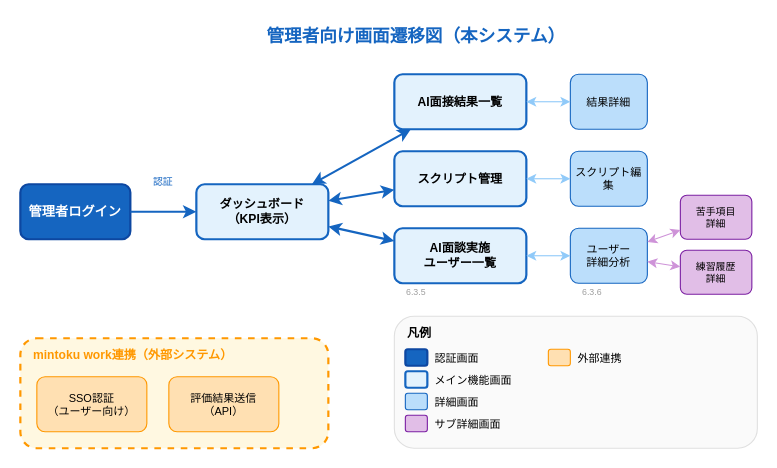
Earlier version of the draw.io diagram docs/images/画面遷移図_管理者向け.drawio (yoshidasendai115/ai-interview). Source tidied: cells renumbered, new cells numbered last; positions are measured from the earlier drawing's top-left corner, leaving out a move shared by most shapes. Both pictures are drawn from the tidied source at 110%, with x=0, y=0 at pixel (20, 19).
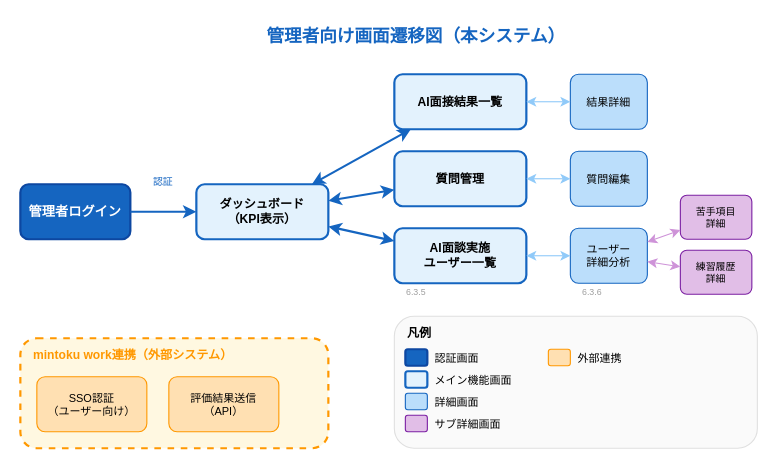
After the change.

Change to the diagram source:
```diff
@@
-    <mxCell id="7" value="スクリプト管理" style="rounded=1;whiteSpace=wrap;html=1;fillColor=#E3F2FD;strokeColor=#1565C0;strokeWidth=2;fontSize=11;fontStyle=1;" parent="1" vertex="1">
+    <mxCell id="7" value="質問管理" style="rounded=1;whiteSpace=wrap;html=1;fillColor=#E3F2FD;strokeColor=#1565C0;strokeWidth=2;fontSize=11;fontStyle=1;" parent="1" vertex="1">
       <mxGeometry x="340" y="120" width="120" height="50" as="geometry" />
     </mxCell>
-    <mxCell id="8" value="スクリプト編集" style="rounded=1;whiteSpace=wrap;html=1;fillColor=#BBDEFB;strokeColor=#1565C0;strokeWidth=1;fontSize=10;" parent="1" vertex="1">
+    <mxCell id="8" value="質問編集" style="rounded=1;whiteSpace=wrap;html=1;fillColor=#BBDEFB;strokeColor=#1565C0;strokeWidth=1;fontSize=10;" parent="1" vertex="1">
       <mxGeometry x="500" y="120" width="70" height="50" as="geometry" />
     </mxCell>
```
